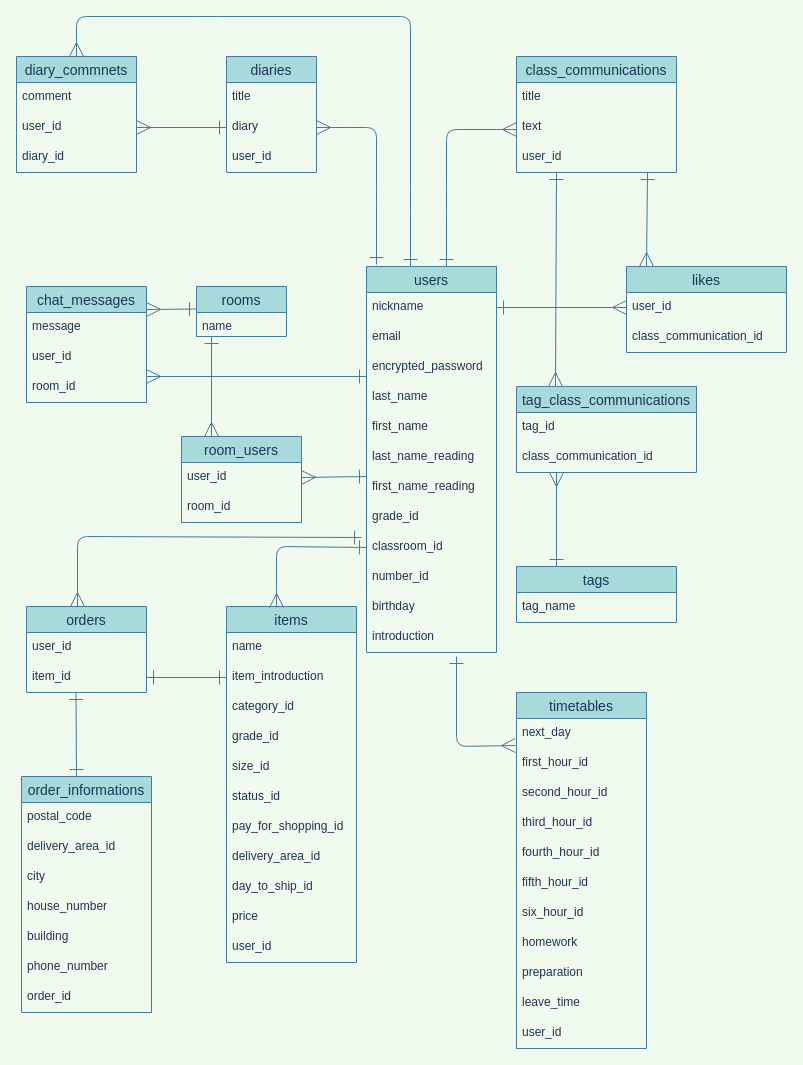
Above: ER.dio in hiratatatsujiro/contact_book_app (draw.io), before the change. Source tidied: cells renumbered, new cells numbered last; positions are measured from the earlier drawing's top-left corner, leaving out a move shared by most shapes. Both pictures are drawn from the tidied source at 100%, with x=0, y=0 at pixel (16, 16).
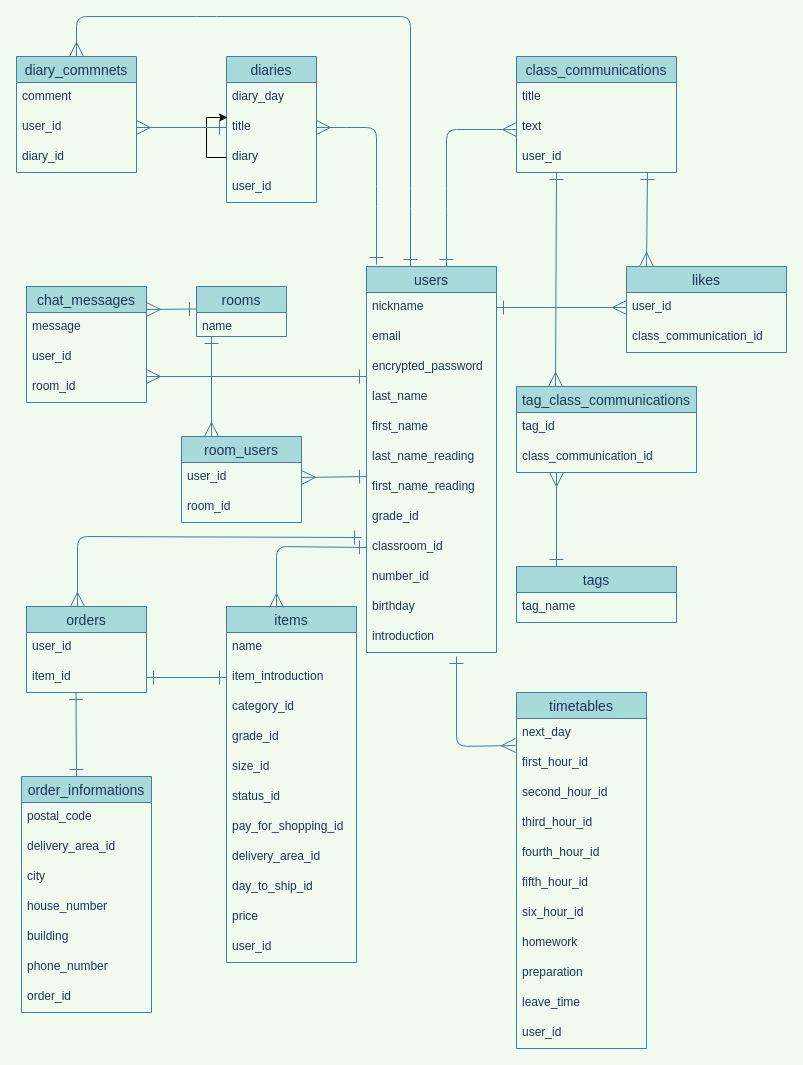
The same page after the edit.

The change refers to these unchanged cells:
```xml
<mxCell id="21" value="user_id" style="text;strokeColor=none;fillColor=none;spacingLeft=4;spacingRight=4;overflow=hidden;points=[[0,0.5],[1,0.5]];portConstraint=eastwest;fontSize=12;fontColor=#1D3557;" parent="19" vertex="1">
  <mxGeometry y="56" width="120" height="30" as="geometry" />
</mxCell>
```

Diff of the diagram source:
```diff
@@
     <mxCell id="15" value="diaries" style="swimlane;fontStyle=0;horizontal=1;startSize=26;align=center;fontSize=14;fillColor=#A8DADC;strokeColor=#457B9D;fontColor=#1D3557;" parent="1" vertex="1">
-      <mxGeometry x="210" y="40" width="90" height="116" as="geometry" />
+      <mxGeometry x="210" y="40" width="90" height="146" as="geometry" />
     </mxCell>
+    <mxCell id="96" value="diary_day" style="text;strokeColor=none;fillColor=none;spacingLeft=4;spacingRight=4;overflow=hidden;fontSize=12;fontColor=#1D3557;" parent="15" vertex="1">
+      <mxGeometry y="26" width="90" height="30" as="geometry" />
+    </mxCell>
     <mxCell id="16" value="title&#10;" style="text;strokeColor=none;fillColor=none;spacingLeft=4;spacingRight=4;overflow=hidden;points=[[0,0.5],[1,0.5]];portConstraint=eastwest;fontSize=12;fontColor=#1D3557;" parent="15" vertex="1">
-      <mxGeometry y="26" width="90" height="30" as="geometry" />
+      <mxGeometry y="56" width="90" height="30" as="geometry" />
     </mxCell>
+    <mxCell id="97" style="edgeStyle=orthogonalEdgeStyle;rounded=0;jettySize=auto;html=1;exitX=0;exitY=0.5;exitDx=0;exitDy=0;entryX=0.011;entryY=0.167;entryDx=0;entryDy=0;entryPerimeter=0;" parent="15" edge="1" source="17" target="16">
+      <mxGeometry relative="1" as="geometry" />
+    </mxCell>
     <mxCell id="17" value="diary" style="text;strokeColor=none;fillColor=none;spacingLeft=4;spacingRight=4;overflow=hidden;points=[[0,0.5],[1,0.5]];portConstraint=eastwest;fontSize=12;fontColor=#1D3557;" parent="15" vertex="1">
-      <mxGeometry y="56" width="90" height="30" as="geometry" />
+      <mxGeometry y="86" width="90" height="30" as="geometry" />
     </mxCell>
     <mxCell id="18" value="user_id" style="text;strokeColor=none;fillColor=none;spacingLeft=4;spacingRight=4;overflow=hidden;fontSize=12;fontColor=#1D3557;" parent="15" vertex="1">
-      <mxGeometry y="86" width="90" height="30" as="geometry" />
+      <mxGeometry y="116" width="90" height="30" as="geometry" />
     </mxCell>
@@
-    <mxCell id="79" style="edgeStyle=none;rounded=1;sketch=0;jettySize=auto;html=1;entryX=1;entryY=0.5;entryDx=0;entryDy=0;fontColor=#1D3557;strokeColor=#457B9D;fillColor=#A8DADC;endArrow=ERmany;endFill=0;endSize=12;startSize=12;startArrow=ERone;startFill=0;" parent="1" edge="1" target="17">
+    <mxCell id="79" style="edgeStyle=none;rounded=1;sketch=0;jettySize=auto;html=1;entryX=1;entryY=0.5;entryDx=0;entryDy=0;fontColor=#1D3557;strokeColor=#457B9D;fillColor=#A8DADC;endArrow=ERmany;endFill=0;endSize=12;startSize=12;startArrow=ERone;startFill=0;" parent="1" edge="1" target="16">
       <mxGeometry relative="1" as="geometry">
         <mxPoint x="360" y="248" as="sourcePoint" />
         <Array as="points">
           <mxPoint x="360" y="180" />
           <mxPoint x="360" y="111" />
           <mxPoint x="320" y="111" />
         </Array>
       </mxGeometry>
     </mxCell>
-    <mxCell id="80" style="edgeStyle=none;rounded=1;sketch=0;jettySize=auto;html=1;exitX=0;exitY=0.5;exitDx=0;exitDy=0;entryX=1;entryY=0.5;entryDx=0;entryDy=0;fontColor=#1D3557;startArrow=ERone;startFill=0;endArrow=ERmany;endFill=0;startSize=12;endSize=12;strokeColor=#457B9D;fillColor=#A8DADC;" parent="1" edge="1" source="17" target="21">
+    <mxCell id="80" style="edgeStyle=none;rounded=1;sketch=0;jettySize=auto;html=1;exitX=0;exitY=0.5;exitDx=0;exitDy=0;entryX=1;entryY=0.5;entryDx=0;entryDy=0;fontColor=#1D3557;startArrow=ERone;startFill=0;endArrow=ERmany;endFill=0;startSize=12;endSize=12;strokeColor=#457B9D;fillColor=#A8DADC;" parent="1" edge="1" source="16" target="21">
       <mxGeometry relative="1" as="geometry" />
     </mxCell>
```
